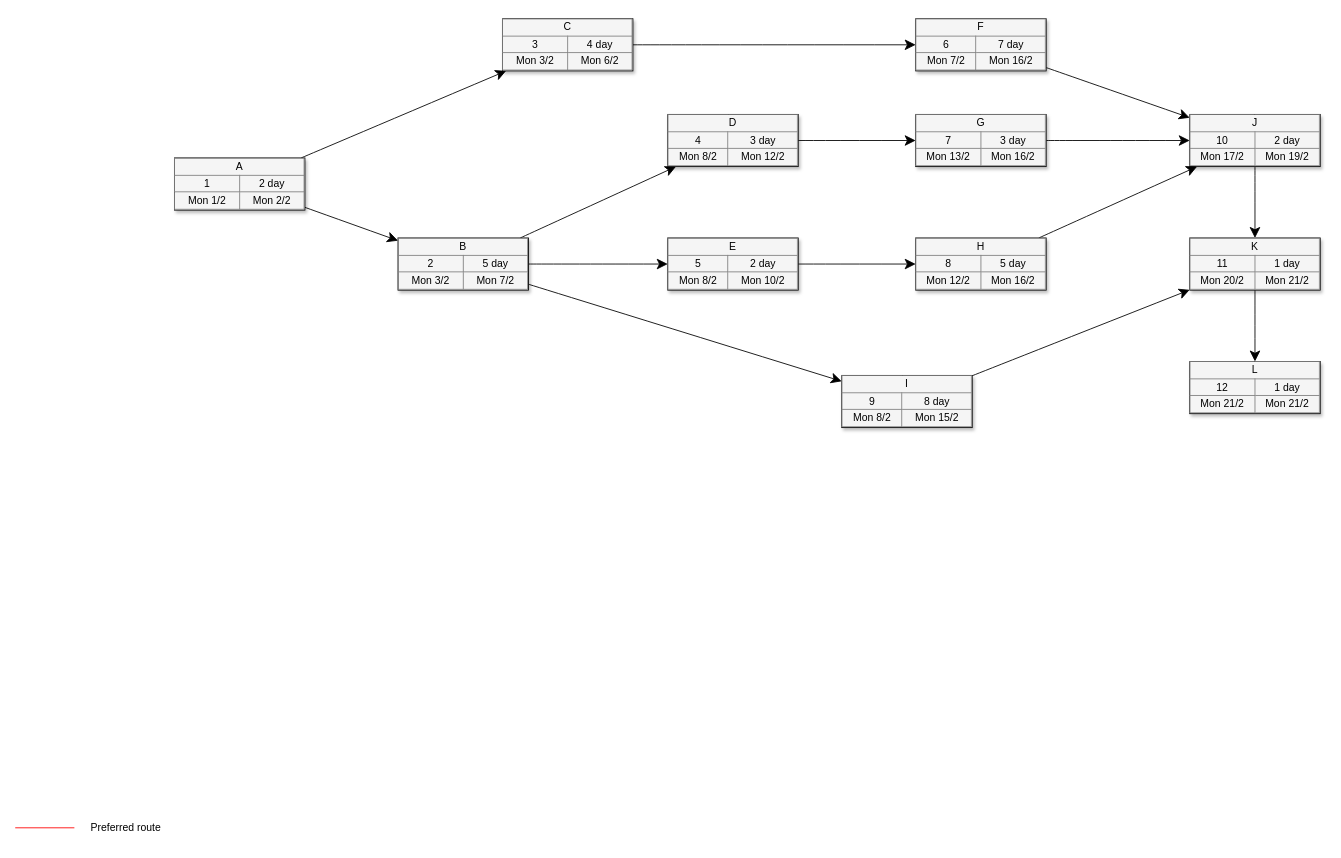
Before: 项目管理/未命名绘图.drawio in github2474/myDraw, a draw.io diagram. Source tidied: cells renumbered, new cells numbered last; positions are measured from the earlier drawing's top-left corner, leaving out a move shared by most shapes. Both pictures are drawn from the tidied source at 87%, with x=0, y=0 at pixel (15, 18).
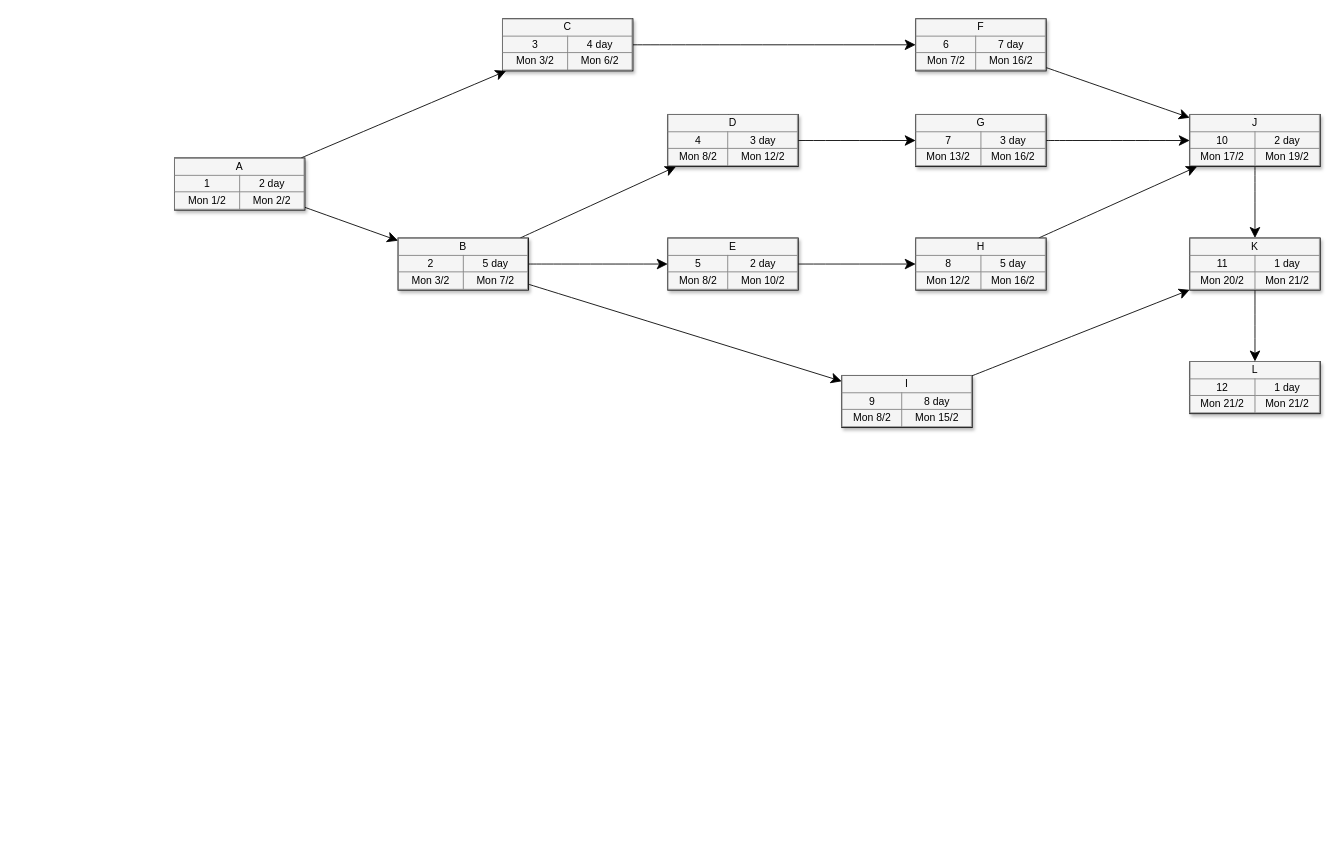
After the change.

Commit message (it also covers changes not shown here):
更新前导图.drawio

Diff of the diagram source:
```diff
@@
-    <mxCell id="28" style="line;strokeWidth=1;html=1;rounded=1;fontSize=12;align=center;verticalAlign=middle;strokeColor=#FF0000;endFill=1;endArrow=classic;endSize=10;startSize=10;" parent="1" vertex="1">
-      <mxGeometry y="925" width="68" height="10" as="geometry" />
-    </mxCell>
-    <mxCell id="29" value="Preferred route" style="text;html=1;strokeColor=none;fillColor=none;align=left;verticalAlign=middle;whiteSpace=wrap;rounded=0;shadow=1;fontSize=12;" parent="1" vertex="1">
-      <mxGeometry x="85" y="920" width="143" height="20" as="geometry" />
-    </mxCell>
```
